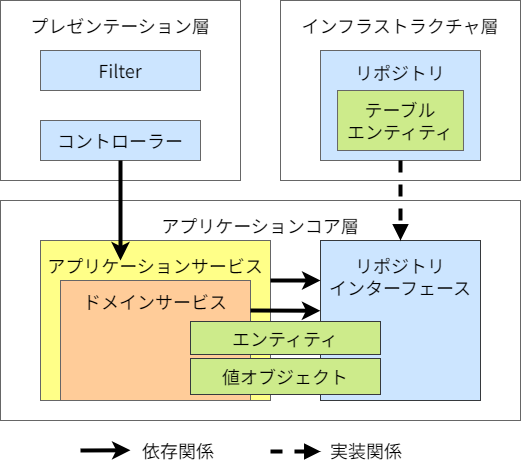
Earlier version of the draw.io export documents/contents/images/app-architecture/client-side-rendering/csr-architecture-light.png (AlesInfiny/maia). Source tidied: cells renumbered, new cells last; positions are measured from the earlier drawing's top-left corner, leaving out a move shared by most shapes.
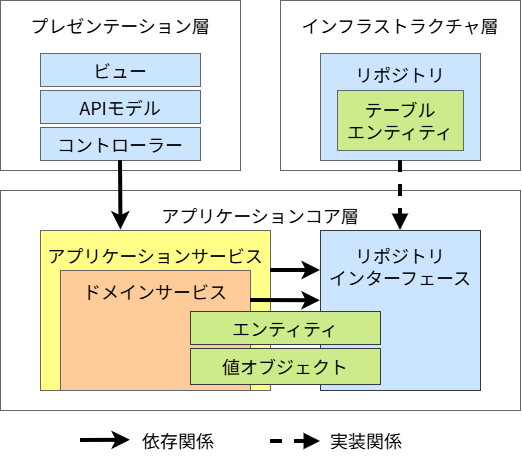
The same diagram one commit later.

What changed in the source:
```diff
@@ -9,55 +9,53 @@
       <mxGeometry x="40" y="240" width="230" height="160" as="geometry" />
     </mxCell>
     <mxCell id="4" value="&lt;font color=&quot;#000000&quot;&gt;インフラストラクチャ層&lt;br&gt;&lt;/font&gt;" style="rounded=0;whiteSpace=wrap;html=1;fontFamily=Noto Sans JP;fontSize=18;strokeWidth=1;fontSource=https%3A%2F%2Ffonts.googleapis.com%2Fcss%3Ffamily%3DNoto%2BSans%2BJP;fillColor=none;strokeColor=#666666;spacingTop=8;verticalAlign=top;" parent="1" vertex="1">
-      <mxGeometry x="280" width="240" height="180" as="geometry" />
+      <mxGeometry x="280" y="10" width="240" height="170" as="geometry" />
     </mxCell>
     <mxCell id="5" value="&lt;font color=&quot;#000000&quot;&gt;プレゼンテーション層&lt;br&gt;&lt;/font&gt;" style="rounded=0;whiteSpace=wrap;html=1;fontFamily=Noto Sans JP;fontSize=18;strokeWidth=1;fontSource=https%3A%2F%2Ffonts.googleapis.com%2Fcss%3Ffamily%3DNoto%2BSans%2BJP;fillColor=none;strokeColor=#666666;spacingTop=8;verticalAlign=top;" parent="1" vertex="1">
-      <mxGeometry width="240" height="180" as="geometry" />
+      <mxGeometry y="10" width="240" height="170" as="geometry" />
     </mxCell>
     <mxCell id="6" value="&lt;div&gt;&lt;font color=&quot;#000000&quot;&gt;ドメインサービス&lt;/font&gt;&lt;/div&gt;" style="rounded=0;whiteSpace=wrap;html=1;fontFamily=Noto Sans JP;fontSize=18;fillColor=#ffcc99;strokeColor=#666666;strokeWidth=1;spacingLeft=0;fontSource=https%3A%2F%2Ffonts.googleapis.com%2Fcss%3Ffamily%3DNoto%2BSans%2BJP;align=center;verticalAlign=top;spacingTop=4;" parent="1" vertex="1">
       <mxGeometry x="60" y="280" width="190" height="120" as="geometry" />
     </mxCell>
     <mxCell id="7" value="&lt;font color=&quot;#000000&quot;&gt;リポジトリ&lt;br&gt;&lt;br&gt;&lt;br&gt;&lt;br&gt;&lt;/font&gt;" style="rounded=0;whiteSpace=wrap;html=1;fontFamily=Noto Sans JP;fontSize=18;fillColor=#cce5ff;strokeColor=#666666;strokeWidth=1;spacingLeft=0;fontSource=https%3A%2F%2Ffonts.googleapis.com%2Fcss%3Ffamily%3DNoto%2BSans%2BJP;" parent="1" vertex="1">
-      <mxGeometry x="320" y="50" width="160" height="110" as="geometry" />
+      <mxGeometry x="320" y="63" width="160" height="107" as="geometry" />
     </mxCell>
     <mxCell id="8" value="&lt;font color=&quot;#000000&quot;&gt;リポジトリ&lt;br&gt;インターフェース&lt;br&gt;&lt;/font&gt;" style="rounded=0;whiteSpace=wrap;html=1;fontFamily=Noto Sans JP;fontSize=18;fillColor=#cce5ff;strokeColor=#36393d;strokeWidth=1;spacingLeft=0;fontSource=https%3A%2F%2Ffonts.googleapis.com%2Fcss%3Ffamily%3DNoto%2BSans%2BJP;verticalAlign=top;spacingTop=8;" parent="1" vertex="1">
       <mxGeometry x="320" y="240" width="160" height="160" as="geometry" />
     </mxCell>
     <mxCell id="9" value="&lt;font color=&quot;#000000&quot;&gt;コントローラー&lt;/font&gt;" style="rounded=0;whiteSpace=wrap;html=1;fontFamily=Noto Sans JP;fontSize=18;fillColor=#cce5ff;strokeColor=#666666;strokeWidth=1;spacingLeft=0;fontSource=https%3A%2F%2Ffonts.googleapis.com%2Fcss%3Ffamily%3DNoto%2BSans%2BJP;" parent="1" vertex="1">
-      <mxGeometry x="40" y="120" width="160" height="40" as="geometry" />
+      <mxGeometry x="40" y="137" width="160" height="33" as="geometry" />
     </mxCell>
-    <mxCell id="10" value="&lt;font color=&quot;#000000&quot;&gt;Filter&lt;/font&gt;" style="rounded=0;whiteSpace=wrap;html=1;fontFamily=Noto Sans JP;fontSize=18;fillColor=#cce5ff;strokeColor=#666666;strokeWidth=1;spacingLeft=0;fontSource=https%3A%2F%2Ffonts.googleapis.com%2Fcss%3Ffamily%3DNoto%2BSans%2BJP;" parent="1" vertex="1">
-      <mxGeometry x="40" y="50" width="160" height="40" as="geometry" />
-    </mxCell>
+    <mxCell id="22" value="APIモデル" style="rounded=0;whiteSpace=wrap;html=1;fontFamily=Noto Sans JP;fontSize=18;fillColor=#cce5ff;strokeColor=#666666;strokeWidth=1;spacingLeft=0;fontSource=https%3A%2F%2Ffonts.googleapis.com%2Fcss%3Ffamily%3DNoto%2BSans%2BJP;" parent="1" vertex="1">
+      <mxGeometry x="40" y="100" width="160" height="33" as="geometry" />
+    </mxCell>
     <mxCell id="11" value="&lt;font color=&quot;#000000&quot;&gt;テーブル&lt;br&gt;エンティティ&lt;/font&gt;" style="rounded=0;whiteSpace=wrap;html=1;fontFamily=Noto Sans JP;fontSize=18;fillColor=#cdeb8b;strokeColor=#666666;strokeWidth=1;spacingLeft=0;fontSource=https%3A%2F%2Ffonts.googleapis.com%2Fcss%3Ffamily%3DNoto%2BSans%2BJP;" parent="1" vertex="1">
-      <mxGeometry x="337" y="90" width="126" height="60" as="geometry" />
+      <mxGeometry x="337" y="100" width="126" height="60" as="geometry" />
     </mxCell>
-    <mxCell id="12" style="edgeStyle=none;sketch=0;html=1;exitX=0.5;exitY=1;exitDx=0;exitDy=0;shadow=0;fontColor=#000000;endArrow=classic;endFill=1;strokeColor=#000000;strokeWidth=4;" parent="1" edge="1" source="9">
-      <mxGeometry relative="1" as="geometry">
-        <mxPoint x="120" y="260" as="targetPoint" />
-      </mxGeometry>
-    </mxCell>
+    <mxCell id="23" style="edgeStyle=none;sketch=0;html=1;exitX=0.5;exitY=1;exitDx=0;exitDy=0;shadow=0;fontColor=#000000;endArrow=classic;endFill=1;strokeColor=#000000;strokeWidth=4;entryX=0.35;entryY=-0.003;entryDx=0;entryDy=0;entryPerimeter=0;" parent="1" edge="1" source="9" target="3">
+      <mxGeometry relative="1" as="geometry" />
+    </mxCell>
     <mxCell id="13" style="edgeStyle=none;sketch=0;html=1;exitX=0.5;exitY=1;exitDx=0;exitDy=0;shadow=0;fontColor=#000000;endArrow=block;endFill=1;strokeColor=#000000;strokeWidth=4;dashed=1;" parent="1" edge="1" source="7" target="8">
       <mxGeometry relative="1" as="geometry" />
     </mxCell>
     <mxCell id="14" value="依存関係" style="text;html=1;strokeColor=none;fillColor=none;align=left;verticalAlign=middle;whiteSpace=wrap;rounded=0;fontFamily=Noto Sans JP;fontSource=https%3A%2F%2Ffonts.googleapis.com%2Fcss%3Ffamily%3DNoto%2BSans%2BJP;fontSize=18;fontColor=#000000;" parent="1" vertex="1">
       <mxGeometry x="140" y="430" width="90" height="40" as="geometry" />
     </mxCell>
-    <mxCell id="15" style="edgeStyle=none;sketch=0;html=1;shadow=0;fontColor=#000000;endArrow=classic;endFill=1;strokeColor=#000000;strokeWidth=4;" parent="1" edge="1">
-      <mxGeometry relative="1" as="geometry">
-        <mxPoint x="80" y="450" as="sourcePoint" />
-        <mxPoint x="130" y="449.8" as="targetPoint" />
-      </mxGeometry>
-    </mxCell>
+    <mxCell id="24" style="edgeStyle=none;sketch=0;html=1;shadow=0;fontColor=#000000;endArrow=classic;endFill=1;strokeColor=#000000;strokeWidth=4;" parent="1" edge="1">
+      <mxGeometry relative="1" as="geometry">
+        <mxPoint x="80" y="450" as="sourcePoint" />
+        <mxPoint x="130" y="449.8" as="targetPoint" />
+      </mxGeometry>
+    </mxCell>
     <mxCell id="16" value="実装関係" style="text;html=1;strokeColor=none;fillColor=none;align=left;verticalAlign=middle;whiteSpace=wrap;rounded=0;fontFamily=Noto Sans JP;fontSource=https%3A%2F%2Ffonts.googleapis.com%2Fcss%3Ffamily%3DNoto%2BSans%2BJP;fontSize=18;fontColor=#000000;" parent="1" vertex="1">
       <mxGeometry x="328.4" y="430" width="90" height="40" as="geometry" />
     </mxCell>
-    <mxCell id="17" style="edgeStyle=none;sketch=0;html=1;shadow=0;fontColor=#000000;endArrow=block;endFill=1;strokeColor=#000000;strokeWidth=4;dashed=1;" parent="1" edge="1">
-      <mxGeometry relative="1" as="geometry">
-        <mxPoint x="270" y="451" as="sourcePoint" />
-        <mxPoint x="320" y="451" as="targetPoint" />
-      </mxGeometry>
-    </mxCell>
+    <mxCell id="25" style="edgeStyle=none;sketch=0;html=1;shadow=0;fontColor=#000000;endArrow=block;endFill=1;strokeColor=#000000;strokeWidth=4;dashed=1;" parent="1" edge="1">
+      <mxGeometry relative="1" as="geometry">
+        <mxPoint x="270" y="451" as="sourcePoint" />
+        <mxPoint x="320" y="451" as="targetPoint" />
+      </mxGeometry>
+    </mxCell>
     <mxCell id="18" style="edgeStyle=none;sketch=0;html=1;shadow=0;fontColor=#000000;endArrow=classic;endFill=1;strokeColor=#000000;strokeWidth=4;exitX=1;exitY=0.25;exitDx=0;exitDy=0;entryX=-0.001;entryY=0.439;entryDx=0;entryDy=0;entryPerimeter=0;" parent="1" edge="1" source="6" target="8">
       <mxGeometry relative="1" as="geometry" />
     </mxCell>
@@ -70,5 +68,8 @@
     <mxCell id="21" value="エンティティ" style="rounded=0;whiteSpace=wrap;html=1;fontFamily=Noto Sans JP;fontSize=18;fillColor=#cdeb8b;strokeColor=#36393D;strokeWidth=1;spacingLeft=0;fontSource=https%3A%2F%2Ffonts.googleapis.com%2Fcss%3Ffamily%3DNoto%2BSans%2BJP;" parent="1" vertex="1">
       <mxGeometry x="190" y="321" width="190" height="33" as="geometry" />
     </mxCell>
+    <mxCell id="26" value="&lt;font color=&quot;#000000&quot;&gt;ビュー&lt;/font&gt;" style="rounded=0;whiteSpace=wrap;html=1;fontFamily=Noto Sans JP;fontSize=18;fillColor=#cce5ff;strokeColor=#666666;strokeWidth=1;spacingLeft=0;fontSource=https%3A%2F%2Ffonts.googleapis.com%2Fcss%3Ffamily%3DNoto%2BSans%2BJP;" parent="1" vertex="1">
+      <mxGeometry x="40" y="63" width="160" height="33" as="geometry" />
+    </mxCell>
   </root>
 </mxGraphModel>
```
